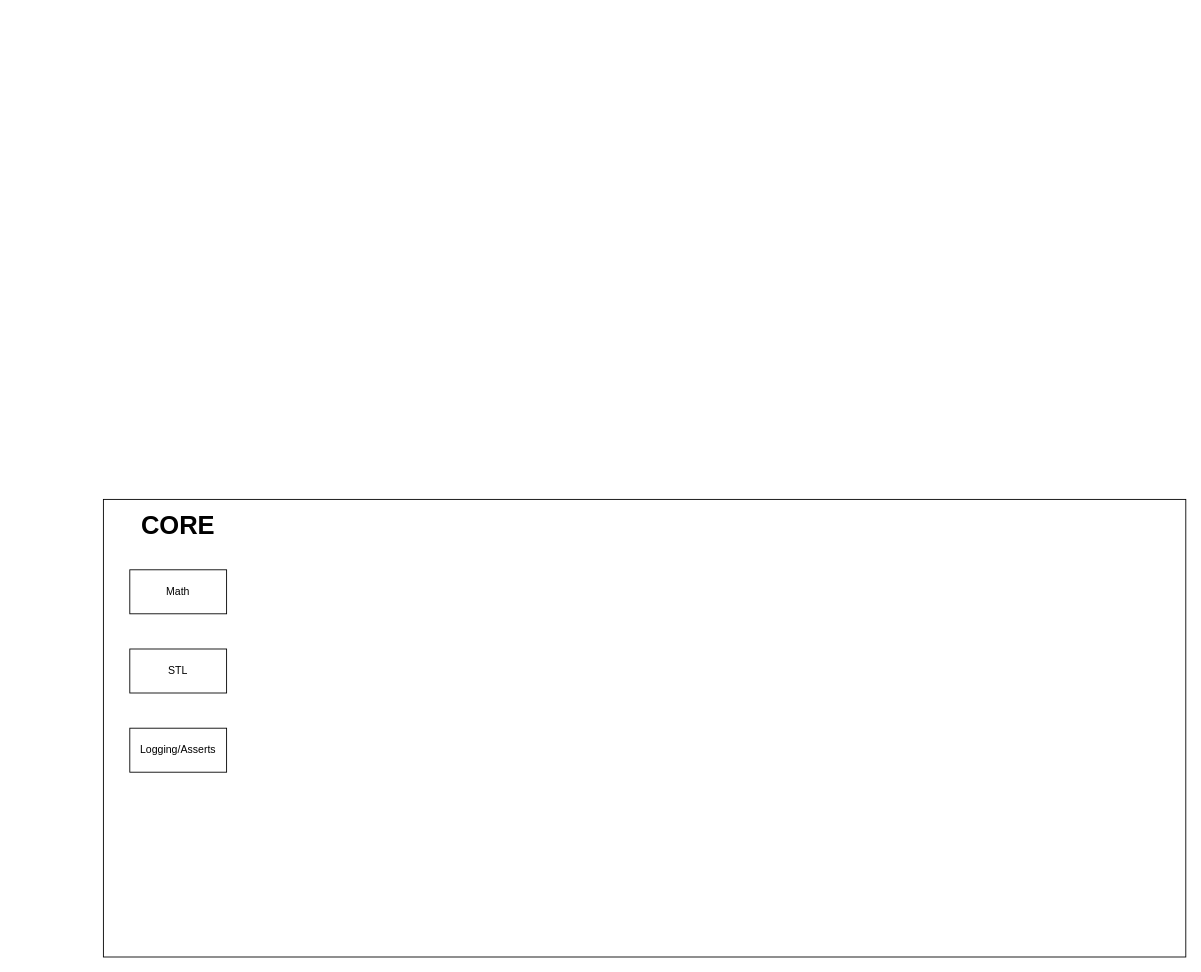
kateBea/Mikoto keeps this draw.io diagram as Resources/Diagram.drawio. Above is the earlier version. Source tidied: cells renumbered, new cells numbered last; positions are measured from the earlier drawing's top-left corner, leaving out a move shared by most shapes. Both pictures are drawn from the tidied source at 88%, with x=0, y=0 at pixel (103, 499).
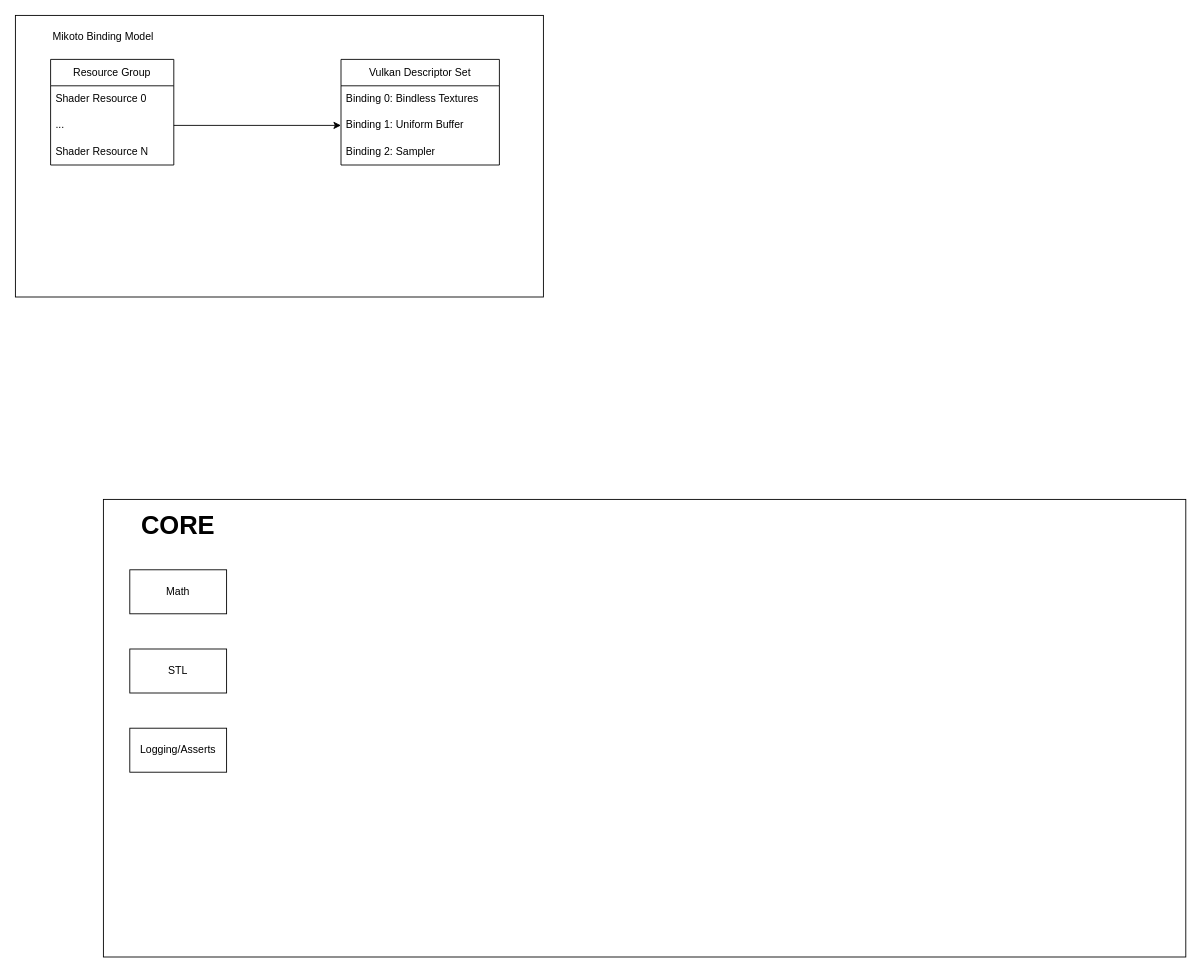
The same diagram, later.

Commit message (it also covers changes not shown here):
refactor pipeline creation, added shader binding model diagram

Change to the diagram source:
```diff
@@
 <mxGraphModel>
   <root>
     <mxCell id="0" />
     <mxCell id="1" parent="0" />
     <mxCell id="2" style="rounded=0;whiteSpace=wrap;html=1;" parent="1" vertex="1">
       <mxGeometry width="1230" height="520" as="geometry" />
     </mxCell>
     <mxCell id="3" value="&lt;font style=&quot;font-size: 29px;&quot;&gt;&lt;b&gt;CORE&lt;/b&gt;&lt;/font&gt;" style="text;html=1;strokeColor=none;fillColor=none;align=center;verticalAlign=middle;whiteSpace=wrap;rounded=0;" parent="1" vertex="1">
       <mxGeometry width="170" height="60" as="geometry" />
     </mxCell>
     <mxCell id="4" value="Math" style="html=1;whiteSpace=wrap;" parent="1" vertex="1">
       <mxGeometry x="30" y="80" width="110" height="50" as="geometry" />
     </mxCell>
     <mxCell id="5" value="STL" style="html=1;whiteSpace=wrap;" parent="1" vertex="1">
       <mxGeometry x="30" y="170" width="110" height="50" as="geometry" />
     </mxCell>
     <mxCell id="6" value="Logging/Asserts" style="html=1;whiteSpace=wrap;" parent="1" vertex="1">
       <mxGeometry x="30" y="260" width="110" height="50" as="geometry" />
     </mxCell>
+    <mxCell id="7" style="rounded=0;whiteSpace=wrap;html=1;" parent="1" vertex="1">
+      <mxGeometry x="-100" y="-550" width="600" height="320" as="geometry" />
+    </mxCell>
+    <mxCell id="8" value="Mikoto Binding Model" style="text;html=1;strokeColor=none;fillColor=none;align=center;verticalAlign=middle;whiteSpace=wrap;rounded=0;" parent="1" vertex="1">
+      <mxGeometry x="-90" y="-540" width="180" height="30" as="geometry" />
+    </mxCell>
+    <mxCell id="9" value="Resource Group" style="swimlane;fontStyle=0;horizontal=1;startSize=30;whiteSpace=wrap;html=1;" parent="1" vertex="1">
+      <mxGeometry x="-60" y="-500" width="140" height="120" as="geometry" />
+    </mxCell>
+    <mxCell id="10" value="Shader Resource 0" style="text;strokeColor=none;fillColor=none;align=left;verticalAlign=middle;spacingLeft=4;spacingRight=4;overflow=hidden;whiteSpace=wrap;html=1;" parent="9" vertex="1">
+      <mxGeometry y="30" width="140" height="30" as="geometry" />
+    </mxCell>
+    <mxCell id="11" value="..." style="text;strokeColor=none;fillColor=none;align=left;verticalAlign=middle;spacingLeft=4;spacingRight=4;overflow=hidden;points=[[0,0.5],[1,0.5]];portConstraint=eastwest;whiteSpace=wrap;html=1;" parent="9" vertex="1">
+      <mxGeometry y="60" width="140" height="30" as="geometry" />
+    </mxCell>
+    <mxCell id="12" value="Shader Resource N" style="text;strokeColor=none;fillColor=none;align=left;verticalAlign=middle;spacingLeft=4;spacingRight=4;overflow=hidden;whiteSpace=wrap;html=1;" parent="9" vertex="1">
+      <mxGeometry y="90" width="140" height="30" as="geometry" />
+    </mxCell>
+    <mxCell id="13" style="endArrow=classic;html=1;rounded=0;exitX=1;exitY=0.5;exitDx=0;exitDy=0;entryX=0;entryY=0.5;entryDx=0;entryDy=0;" parent="1" edge="1" source="11" target="16">
+      <mxGeometry relative="1" as="geometry" />
+    </mxCell>
+    <mxCell id="14" value="Vulkan Descriptor Set" style="swimlane;fontStyle=0;horizontal=1;startSize=30;whiteSpace=wrap;html=1;" parent="1" vertex="1">
+      <mxGeometry x="270" y="-500" width="180" height="120" as="geometry" />
+    </mxCell>
+    <mxCell id="15" value="Binding 0: Bindless Textures&amp;nbsp;" style="text;strokeColor=none;fillColor=none;align=left;verticalAlign=middle;spacingLeft=4;spacingRight=4;overflow=hidden;whiteSpace=wrap;html=1;" parent="14" vertex="1">
+      <mxGeometry y="30" width="180" height="30" as="geometry" />
+    </mxCell>
+    <mxCell id="16" value="Binding 1: Uniform Buffer" style="text;strokeColor=none;fillColor=none;align=left;verticalAlign=middle;spacingLeft=4;spacingRight=4;overflow=hidden;points=[[0,0.5],[1,0.5]];portConstraint=eastwest;whiteSpace=wrap;html=1;" parent="14" vertex="1">
+      <mxGeometry y="60" width="180" height="30" as="geometry" />
+    </mxCell>
+    <mxCell id="17" value="Binding 2: Sampler" style="text;strokeColor=none;fillColor=none;align=left;verticalAlign=middle;spacingLeft=4;spacingRight=4;overflow=hidden;whiteSpace=wrap;html=1;" parent="14" vertex="1">
+      <mxGeometry y="90" width="180" height="30" as="geometry" />
+    </mxCell>
   </root>
 </mxGraphModel>
```
